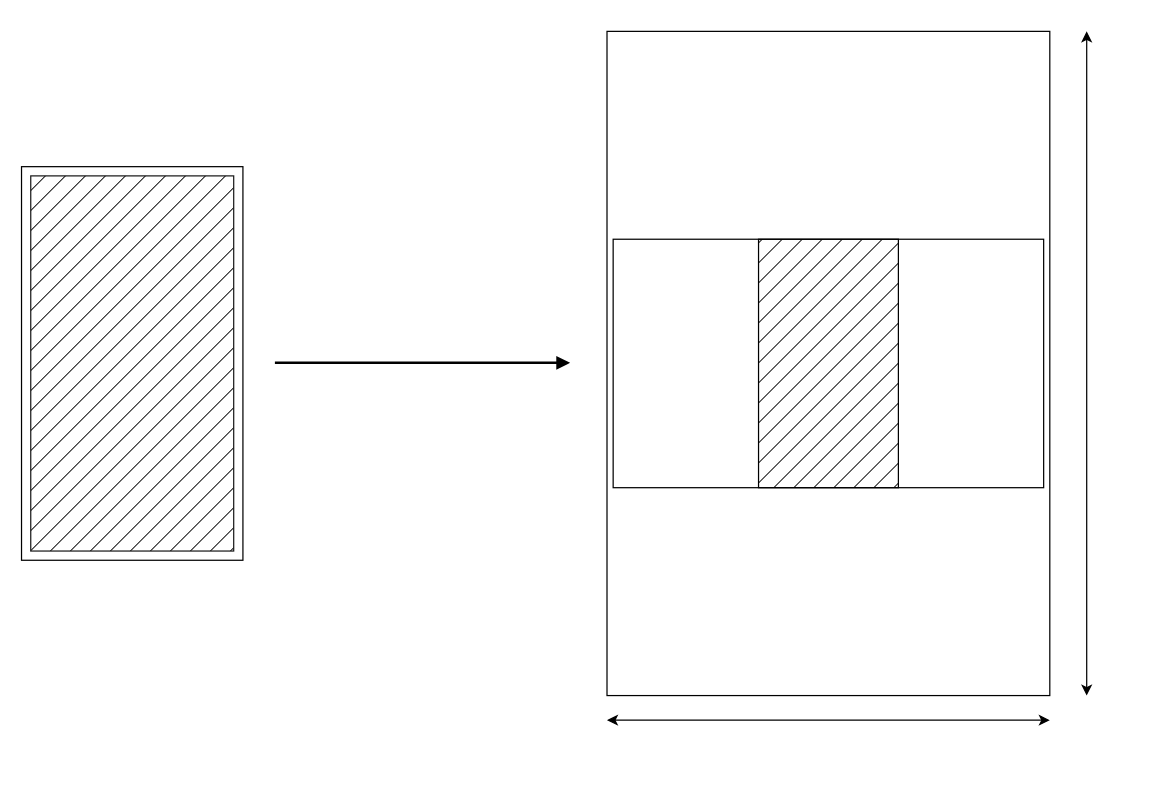
The draw.io diagram Miracast竖屏投屏竖屏.drawio in qjzh0603/drawio, before the edit. Source tidied: cells renumbered, new cells numbered last; positions are measured from the earlier drawing's top-left corner, leaving out a move shared by most shapes. Both pictures are drawn from the tidied source at 123%, with x=0, y=0 at pixel (21, 31).
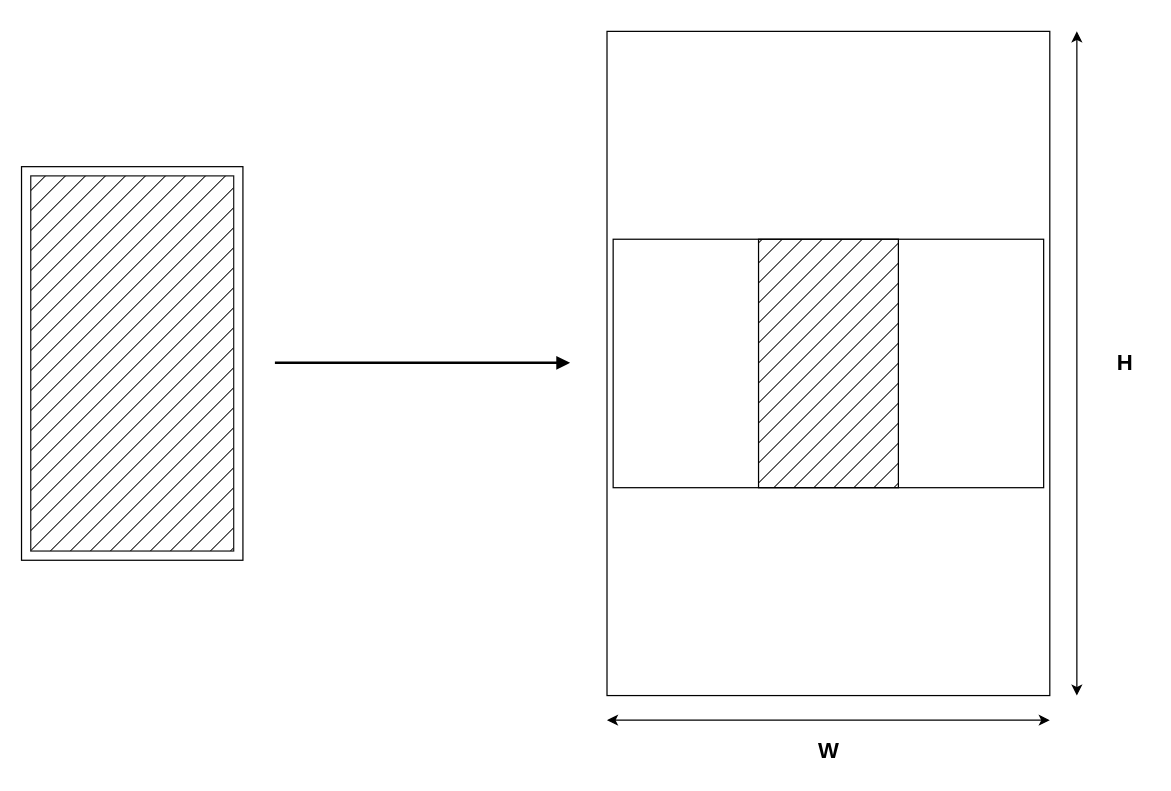
The same diagram, later.

Commit message (it also covers changes not shown here):
更新Miracast竖屏投屏竖屏.drawio

What changed in the source:
```diff
@@
 <mxGraphModel>
   <root>
     <mxCell id="0" />
     <mxCell id="1" parent="0" />
     <mxCell id="2" style="endArrow=block;html=1;rounded=0;strokeWidth=2;endFill=1;" parent="1" edge="1">
       <mxGeometry relative="1" as="geometry">
         <mxPoint x="206" y="269.5" as="sourcePoint" />
         <mxPoint x="446" y="269.5" as="targetPoint" />
       </mxGeometry>
     </mxCell>
     <mxCell id="3" style="rounded=0;whiteSpace=wrap;html=1;fillColor=none;" parent="1" vertex="1">
       <mxGeometry x="476" width="360" height="540" as="geometry" />
     </mxCell>
     <mxCell id="4" style="group;" parent="1" vertex="1">
       <mxGeometry y="110" width="180" height="320" as="geometry" />
     </mxCell>
     <mxCell id="5" style="rounded=0;whiteSpace=wrap;html=1;" parent="4" vertex="1">
       <mxGeometry width="180" height="320" as="geometry" />
     </mxCell>
     <mxCell id="6" style="rounded=0;whiteSpace=wrap;html=1;fillColor=#000000;fillStyle=hatch;gradientColor=none;strokeColor=#1A1A1A;" parent="4" vertex="1">
       <mxGeometry x="7.5" y="7.5" width="165" height="305" as="geometry" />
     </mxCell>
     <mxCell id="7" style="rounded=0;whiteSpace=wrap;html=1;fillColor=none;" parent="1" vertex="1">
       <mxGeometry x="481" y="169" width="350" height="202" as="geometry" />
     </mxCell>
     <mxCell id="8" style="rounded=0;whiteSpace=wrap;html=1;fillColor=#000000;fillStyle=hatch;" parent="1" vertex="1">
       <mxGeometry x="599.2" y="169" width="113.7" height="202" as="geometry" />
     </mxCell>
     <mxCell id="9" style="endArrow=classic;startArrow=classic;html=1;rounded=0;" parent="1" edge="1">
       <mxGeometry relative="1" as="geometry">
         <mxPoint x="476" y="560" as="sourcePoint" />
         <mxPoint x="836" y="560" as="targetPoint" />
       </mxGeometry>
     </mxCell>
     <mxCell id="10" style="endArrow=classic;startArrow=classic;html=1;rounded=0;" parent="1" edge="1">
       <mxGeometry relative="1" as="geometry">
-        <mxPoint x="866" y="540" as="sourcePoint" />
-        <mxPoint x="866" as="targetPoint" />
+        <mxPoint x="858" y="540" as="sourcePoint" />
+        <mxPoint x="858" as="targetPoint" />
       </mxGeometry>
     </mxCell>
+    <mxCell id="11" value="W" style="text;html=1;align=center;verticalAlign=middle;strokeColor=none;fillColor=none;fontStyle=1;fontSize=18;" parent="1" vertex="1">
+      <mxGeometry x="636" y="570" width="40" height="30" as="geometry" />
+    </mxCell>
+    <mxCell id="12" value="H" style="text;html=1;align=center;verticalAlign=middle;strokeColor=none;fillColor=none;fontStyle=1;fontSize=18;" parent="1" vertex="1">
+      <mxGeometry x="877" y="255" width="40" height="30" as="geometry" />
+    </mxCell>
   </root>
 </mxGraphModel>
```
